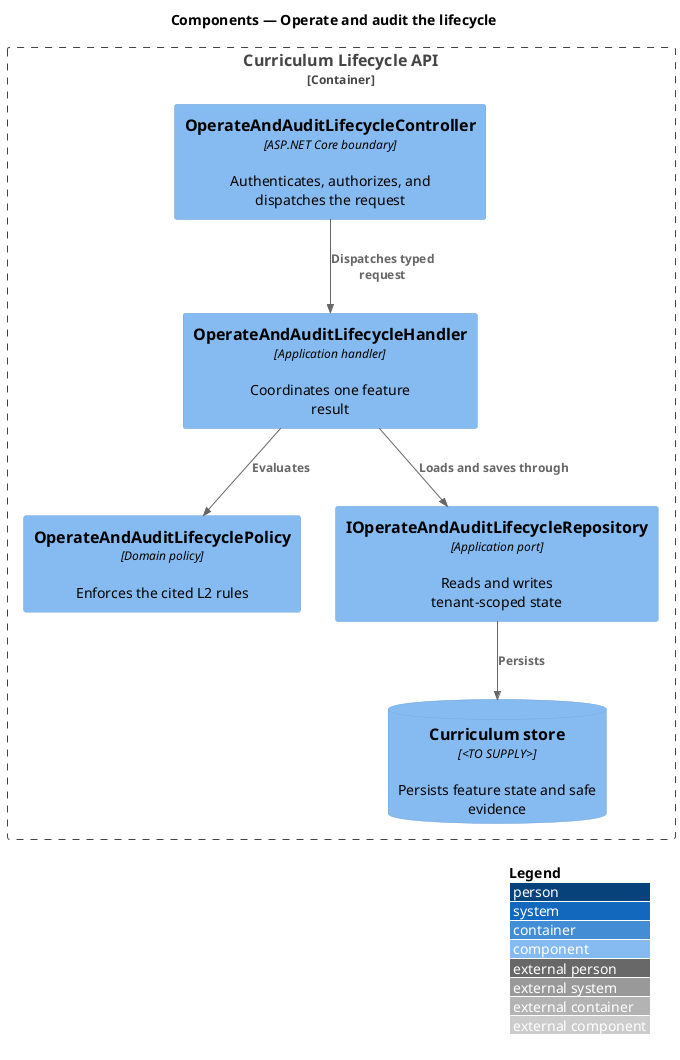
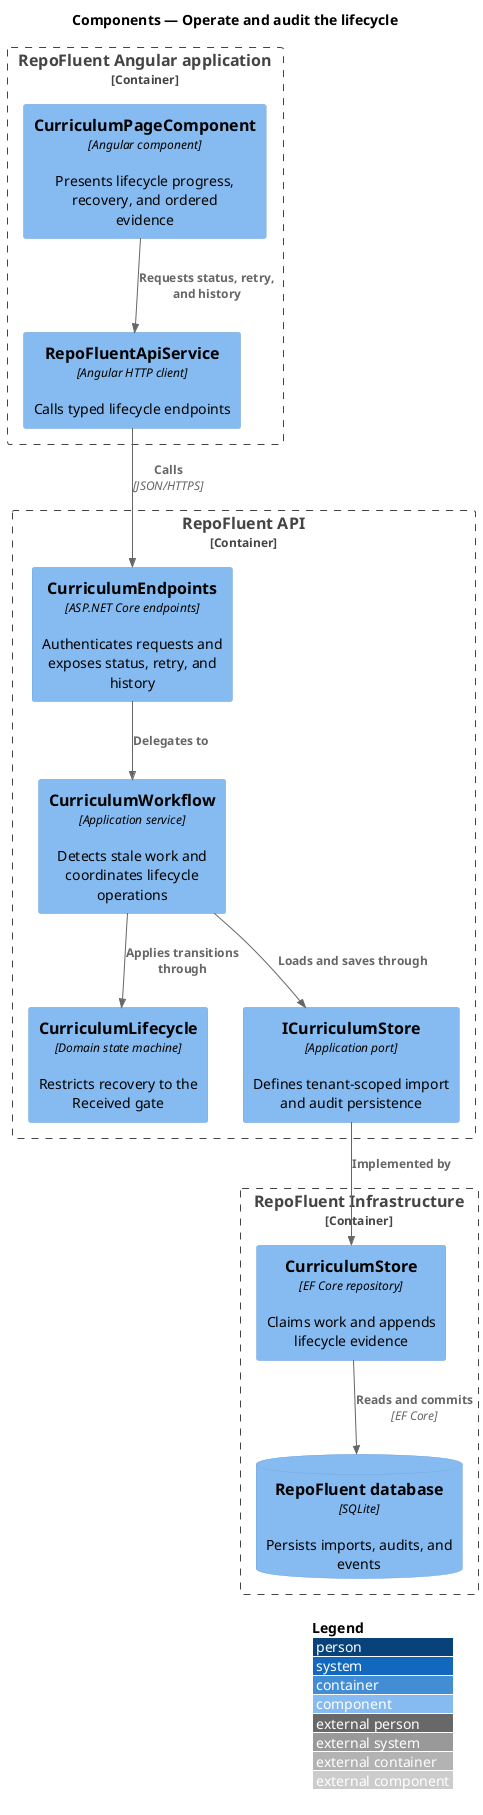
@startuml
!include <C4/C4_Component>
LAYOUT_WITH_LEGEND()
title Components — Operate and audit the lifecycle

- Container_Boundary(api, "Curriculum Lifecycle API") {
-   Component(controller, "OperateAndAuditLifecycleController", "ASP.NET Core boundary", "Authenticates, authorizes, and dispatches the request")
-   Component(handler, "OperateAndAuditLifecycleHandler", "Application handler", "Coordinates one feature result")
-   Component(policy, "OperateAndAuditLifecyclePolicy", "Domain policy", "Enforces the cited L2 rules")
-   Component(repository, "IOperateAndAuditLifecycleRepository", "Application port", "Reads and writes tenant-scoped state")
-   ComponentDb(store, "Curriculum store", "<TO SUPPLY>", "Persists feature state and safe evidence")
+ Container_Boundary(web, "RepoFluent Angular application") {
+   Component(page, "CurriculumPageComponent", "Angular component", "Presents lifecycle progress, recovery, and ordered evidence")
+   Component(client, "RepoFluentApiService", "Angular HTTP client", "Calls typed lifecycle endpoints")
+ }
+ Container_Boundary(api, "RepoFluent API") {
+   Component(endpoints, "CurriculumEndpoints", "ASP.NET Core endpoints", "Authenticates requests and exposes status, retry, and history")
+   Component(workflow, "CurriculumWorkflow", "Application service", "Detects stale work and coordinates lifecycle operations")
+   Component(lifecycle, "CurriculumLifecycle", "Domain state machine", "Restricts recovery to the Received gate")
+   Component(port, "ICurriculumStore", "Application port", "Defines tenant-scoped import and audit persistence")
+ }
+ Container_Boundary(infrastructure, "RepoFluent Infrastructure") {
+   Component(repository, "CurriculumStore", "EF Core repository", "Claims work and appends lifecycle evidence")
+   ComponentDb(store, "RepoFluent database", "SQLite", "Persists imports, audits, and events")
}

- Rel(controller, handler, "Dispatches typed request")
- Rel(handler, policy, "Evaluates")
- Rel(handler, repository, "Loads and saves through")
- Rel(repository, store, "Persists")
+ Rel(page, client, "Requests status, retry, and history")
+ Rel(client, endpoints, "Calls", "JSON/HTTPS")
+ Rel(endpoints, workflow, "Delegates to")
+ Rel(workflow, lifecycle, "Applies transitions through")
+ Rel(workflow, port, "Loads and saves through")
+ Rel(port, repository, "Implemented by")
+ Rel(repository, store, "Reads and commits", "EF Core")
@enduml
